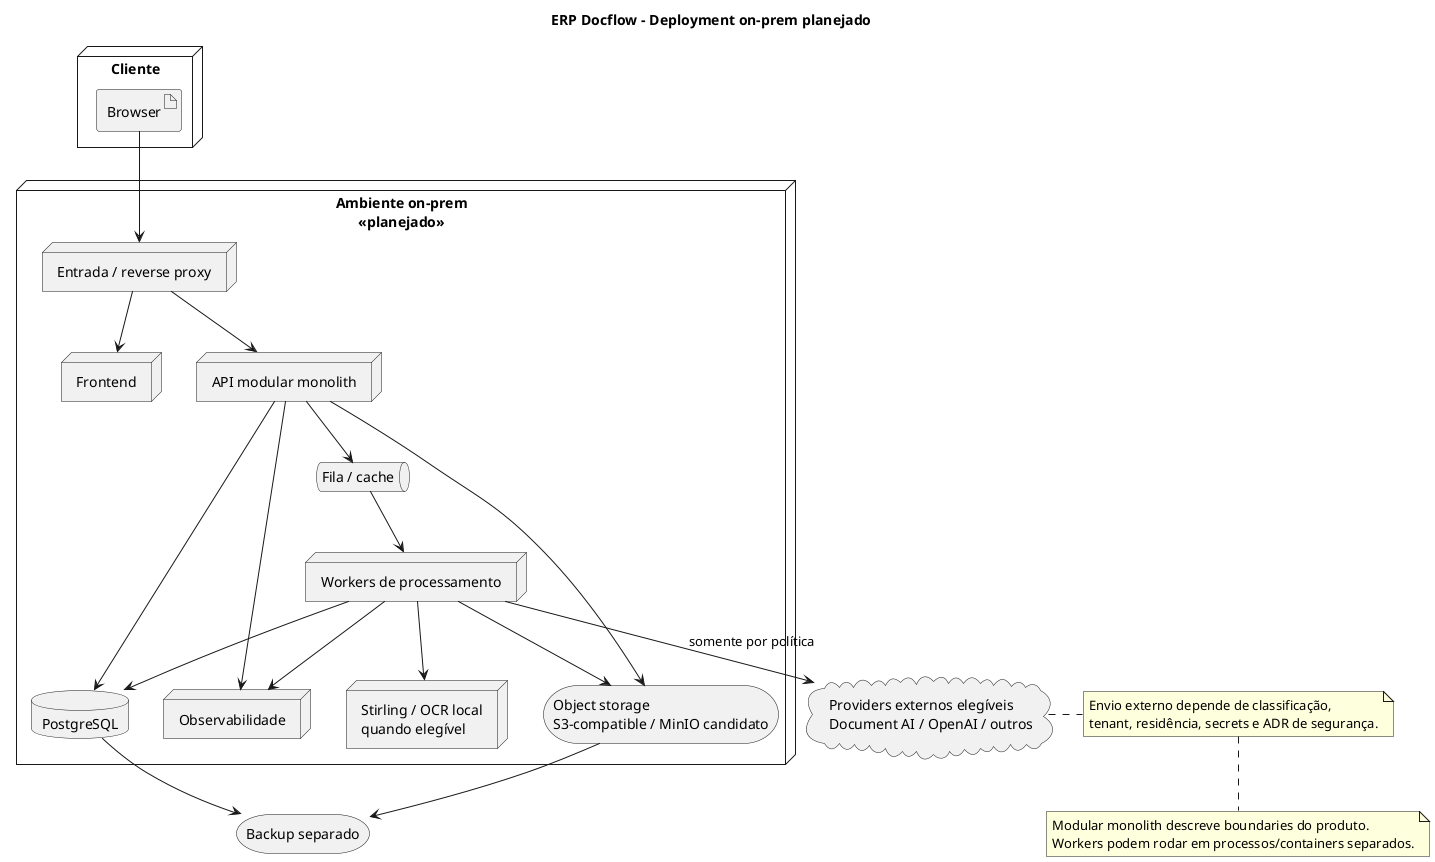
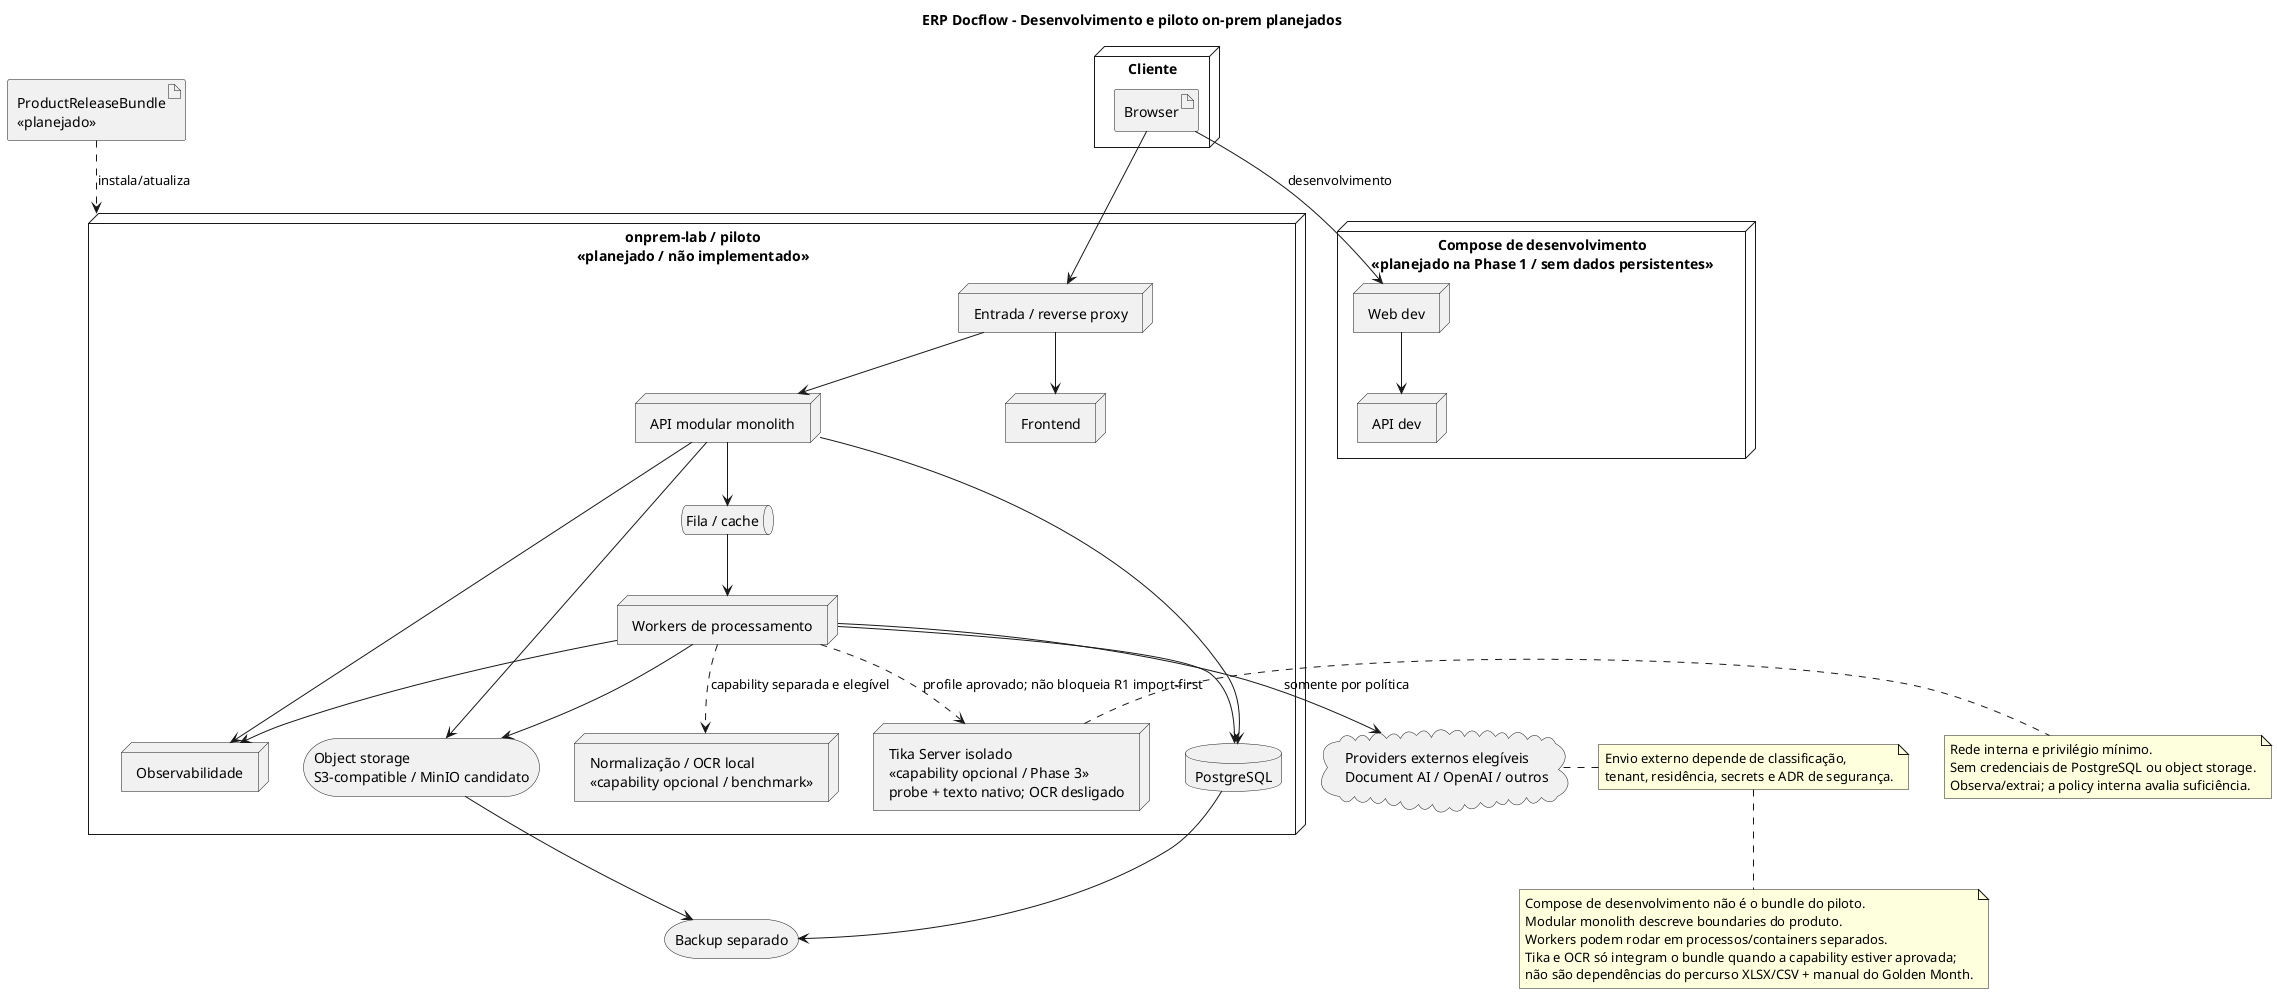
@startuml
- ' Issue #22
+ ' Issues #22 and #73
' Related ADRs: ADR-0001, ADR-0008, ADR-0010, ADR-0011, ADR-0014, ADR-0015, ADR-0016 (proposed)
' Guardrail: target deployment view; no service/container is implemented.

- title ERP Docflow - Deployment on-prem planejado
+ title ERP Docflow - Desenvolvimento e piloto on-prem planejados

node "Cliente" as Client {
  artifact "Browser" as Browser
}

- node "Ambiente on-prem\n<<planejado>>" as OnPrem {
+ node "Compose de desenvolvimento\n<<planejado na Phase 1 / sem dados persistentes>>" as Dev {
+   node "Web dev" as DevWeb
+   node "API dev" as DevAPI
+ }
+ 
+ artifact "ProductReleaseBundle\n<<planejado>>" as ReleaseBundle
+ 
+ node "onprem-lab / piloto\n<<planejado / não implementado>>" as OnPrem {
  node "Entrada / reverse proxy" as Edge
  node "Frontend" as Frontend
  node "API modular monolith" as API
  node "Workers de processamento" as Workers
  queue "Fila / cache" as Queue
  database "PostgreSQL" as Postgres
  storage "Object storage\nS3-compatible / MinIO candidato" as Objects
-   node "Stirling / OCR local\nquando elegível" as LocalProviders
+   node "Tika Server isolado\n<<capability opcional / Phase 3>>\nprobe + texto nativo; OCR desligado" as Tika
+   node "Normalização / OCR local\n<<capability opcional / benchmark>>" as LocalOCR
  node "Observabilidade" as Observability
}

cloud "Providers externos elegíveis\nDocument AI / OpenAI / outros" as CloudProviders
storage "Backup separado" as Backup

Browser --> Edge
+ Browser --> DevWeb : desenvolvimento
+ DevWeb --> DevAPI
+ ReleaseBundle ..> OnPrem : instala/atualiza
Edge --> Frontend
Edge --> API
API --> Postgres
API --> Objects
API --> Queue
Queue --> Workers
- Workers --> LocalProviders
+ Workers ..> Tika : profile aprovado; não bloqueia R1 import-first
+ Workers ..> LocalOCR : capability separada e elegível
Workers --> CloudProviders : somente por política
Workers --> Postgres
Workers --> Objects
API --> Observability
Workers --> Observability
Postgres --> Backup
Objects --> Backup

+ note right of Tika
+   Rede interna e privilégio mínimo.
+   Sem credenciais de PostgreSQL ou object storage.
+   Observa/extrai; a policy interna avalia suficiência.
+ end note
+ 
note right of CloudProviders
  Envio externo depende de classificação,
  tenant, residência, secrets e ADR de segurança.
end note

note bottom
+   Compose de desenvolvimento não é o bundle do piloto.
  Modular monolith descreve boundaries do produto.
  Workers podem rodar em processos/containers separados.
+   Tika e OCR só integram o bundle quando a capability estiver aprovada;
+   não são dependências do percurso XLSX/CSV + manual do Golden Month.
end note

@enduml
- 
